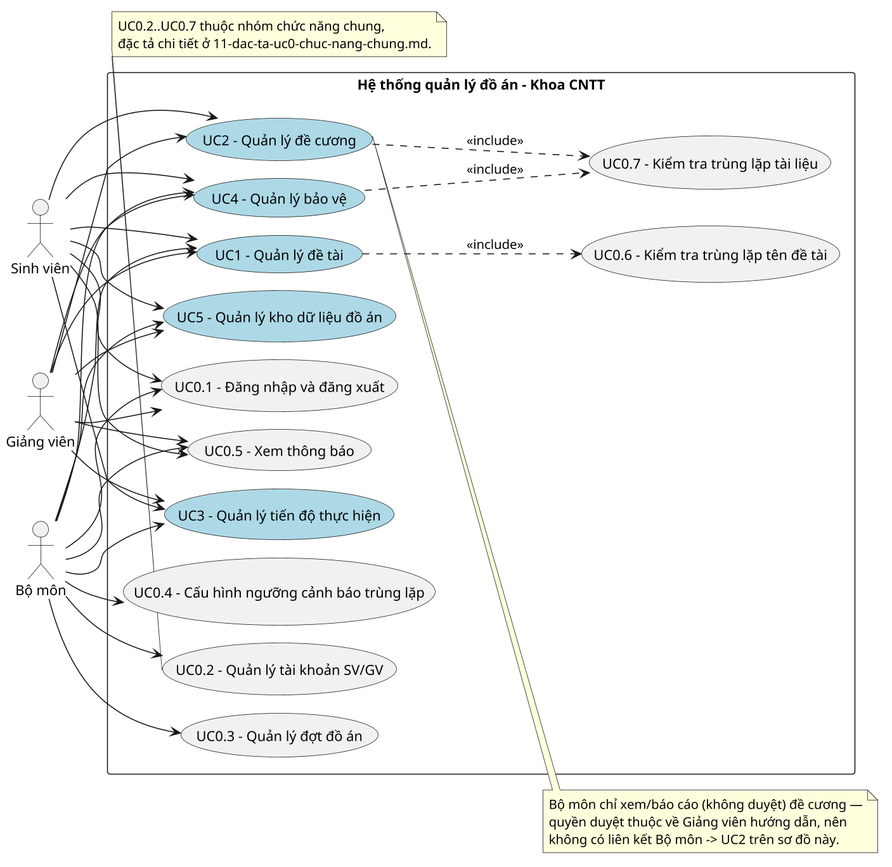
Earlier version of the PlantUML export docs/chuong-2-khao-sat-phan-tich/uc/uc-tong-quat.png (dtc235200036-alt/ICTU-DATN-NguyenThiMaiAnh). Its diagram source:
```plantuml
@startuml uc-tong-quat
skinparam defaultFontName "Noto Sans"
skinparam shadowing false
skinparam dpi 150
skinparam backgroundColor white
skinparam classAttributeIconSize 0
!pragma layout smetana
left to right direction
skinparam packageStyle rectangle

actor "Sinh viên" as SV
actor "Giảng viên" as GV
actor "Bộ môn" as BM

rectangle "Hệ thống quản lý đồ án - Khoa CNTT" {
  usecase "UC1 - Quản lý đề tài" as UC1 #lightblue
  usecase "UC2 - Quản lý đề cương" as UC2 #lightblue
  usecase "UC3 - Quản lý tiến độ thực hiện" as UC3 #lightblue
  usecase "UC4 - Quản lý bảo vệ" as UC4 #lightblue
  usecase "UC5 - Quản lý kho dữ liệu đồ án" as UC5 #lightblue

  usecase "UC0.1 - Đăng nhập và đăng xuất" as UC0_1
  usecase "UC0.2 - Quản lý tài khoản SV/GV" as UC0_2
  usecase "UC0.3 - Quản lý đợt đồ án" as UC0_3
  usecase "UC0.4 - Cấu hình ngưỡng cảnh báo trùng lặp" as UC0_4
  usecase "UC0.5 - Xem thông báo" as UC0_5
  usecase "UC0.6 - Kiểm tra trùng lặp tên đề tài" as UC0_6
  usecase "UC0.7 - Kiểm tra trùng lặp tài liệu" as UC0_7
}

SV --> UC1
GV --> UC1
BM --> UC1

SV --> UC2
GV --> UC2

BM --> UC3
SV --> UC3
GV --> UC3

BM --> UC4
GV --> UC4
SV --> UC4

SV --> UC5
GV --> UC5
BM --> UC5

SV --> UC0_1
GV --> UC0_1
BM --> UC0_1

BM --> UC0_2
BM --> UC0_3
BM --> UC0_4

SV --> UC0_5
GV --> UC0_5
BM --> UC0_5

UC1 ..> UC0_6 : <<include>>
UC2 ..> UC0_7 : <<include>>
UC4 ..> UC0_7 : <<include>>

note bottom of UC0_2
  UC0.2..UC0.7 thuộc nhóm chức năng chung,
  đặc tả chi tiết ở 11-dac-ta-uc0-chuc-nang-chung.md.
end note

note right of UC2
  Bộ môn chỉ xem/báo cáo (không duyệt) đề cương —
  quyền duyệt thuộc về Giảng viên hướng dẫn, nên
  không có liên kết Bộ môn -> UC2 trên sơ đồ này.
end note
@enduml
```
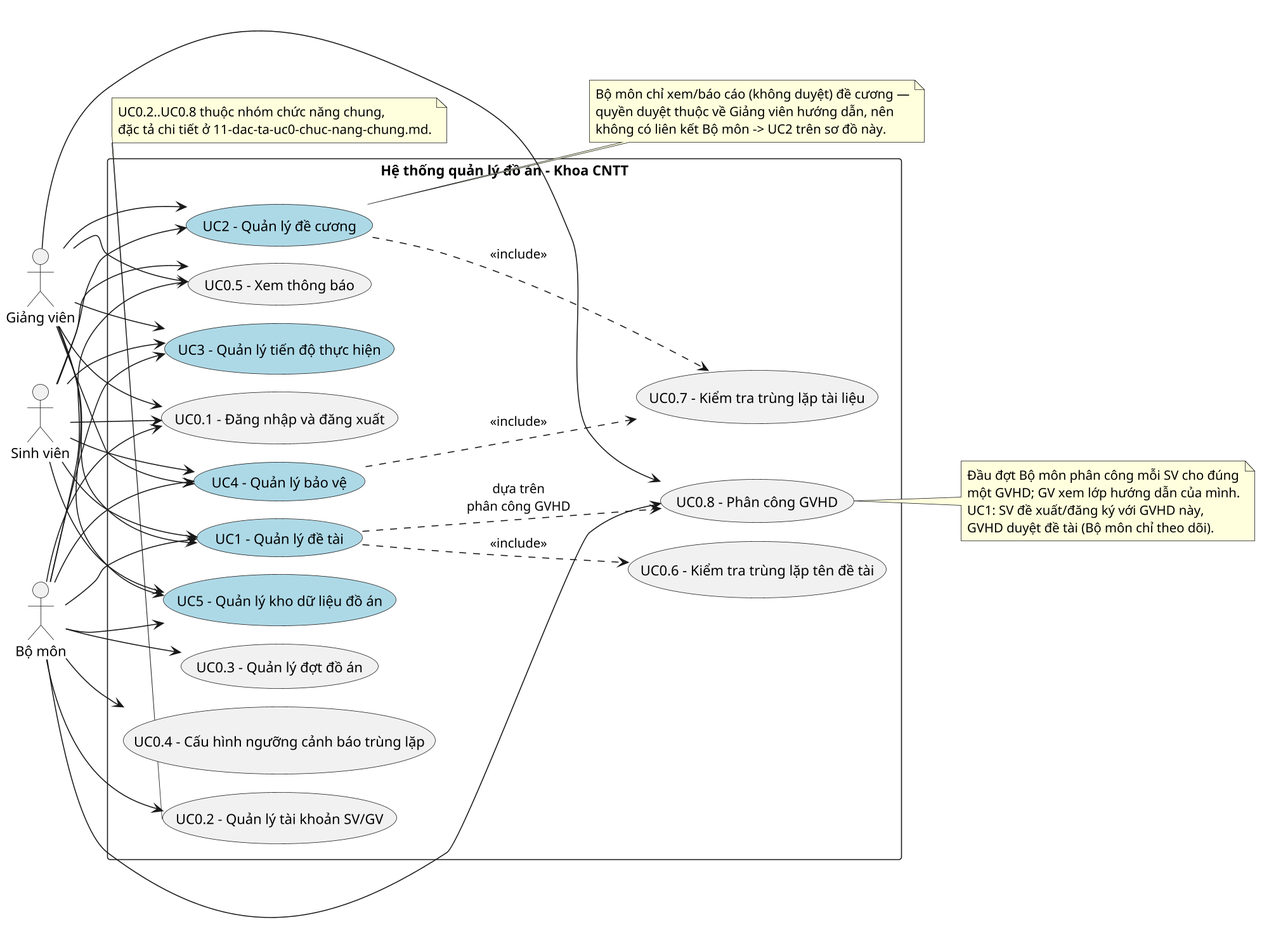
The same diagram one commit later.

What changed in the source:
```diff
@@ -26,6 +26,7 @@
   usecase "UC0.5 - Xem thông báo" as UC0_5
   usecase "UC0.6 - Kiểm tra trùng lặp tên đề tài" as UC0_6
   usecase "UC0.7 - Kiểm tra trùng lặp tài liệu" as UC0_7
+  usecase "UC0.8 - Phân công GVHD" as UC0_8
 }
 
 SV --> UC1
@@ -54,6 +55,8 @@
 BM --> UC0_2
 BM --> UC0_3
 BM --> UC0_4
+BM --> UC0_8
+GV --> UC0_8
 
 SV --> UC0_5
 GV --> UC0_5
@@ -62,10 +65,18 @@
 UC1 ..> UC0_6 : <<include>>
 UC2 ..> UC0_7 : <<include>>
 UC4 ..> UC0_7 : <<include>>
+UC1 ..> UC0_8 : dựa trên\nphân công GVHD
 
 note bottom of UC0_2
-  UC0.2..UC0.7 thuộc nhóm chức năng chung,
+  UC0.2..UC0.8 thuộc nhóm chức năng chung,
   đặc tả chi tiết ở 11-dac-ta-uc0-chuc-nang-chung.md.
+end note
+
+note right of UC0_8
+  Đầu đợt Bộ môn phân công mỗi SV cho đúng
+  một GVHD; GV xem lớp hướng dẫn của mình.
+  UC1: SV đề xuất/đăng ký với GVHD này,
+  GVHD duyệt đề tài (Bộ môn chỉ theo dõi).
 end note
 
 note right of UC2
```
